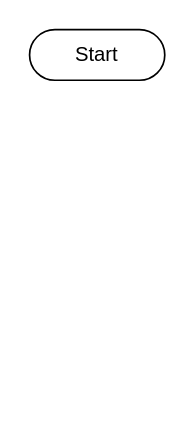
Above: python-rpg.drawio in Riicchie23/Riicchie-s-DevOps-Journey (draw.io), before the change. Source tidied: cells renumbered, new cells numbered last; positions are measured from the earlier drawing's top-left corner, leaving out a move shared by most shapes. Both pictures are drawn from the tidied source at 169%, with x=0, y=0 at pixel (29, 29).
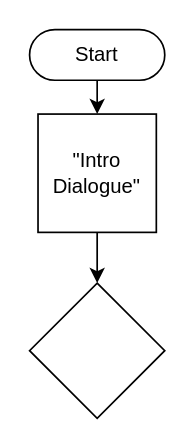
Above is the later version.

What changed in the source:
```diff
@@
 <mxGraphModel>
   <root>
     <mxCell id="0" />
     <mxCell id="1" parent="0" />
+    <mxCell id="3" style="edgeStyle=orthogonalEdgeStyle;rounded=0;jettySize=auto;html=1;exitX=0.5;exitY=0.5;exitDx=0;exitDy=15;exitPerimeter=0;entryX=0.5;entryY=0;entryDx=0;entryDy=0;" parent="1" edge="1" source="2" target="5">
+      <mxGeometry relative="1" as="geometry" />
+    </mxCell>
     <mxCell id="2" value="Start" style="html=1;dashed=0;whiteSpace=wrap;shape=mxgraph.dfd.start;" parent="1" vertex="1">
       <mxGeometry width="80" height="30" as="geometry" />
     </mxCell>
+    <mxCell id="4" style="edgeStyle=orthogonalEdgeStyle;rounded=0;jettySize=auto;html=1;" parent="1" edge="1" source="5" target="6">
+      <mxGeometry relative="1" as="geometry" />
+    </mxCell>
+    <mxCell id="5" value="&quot;Intro Dialogue&quot;" style="whiteSpace=wrap;html=1;" parent="1" vertex="1">
+      <mxGeometry x="5" y="50" width="70" height="70" as="geometry" />
+    </mxCell>
+    <mxCell id="6" style="rhombus;whiteSpace=wrap;html=1;" parent="1" vertex="1">
+      <mxGeometry y="150" width="80" height="80" as="geometry" />
+    </mxCell>
   </root>
 </mxGraphModel>
```
